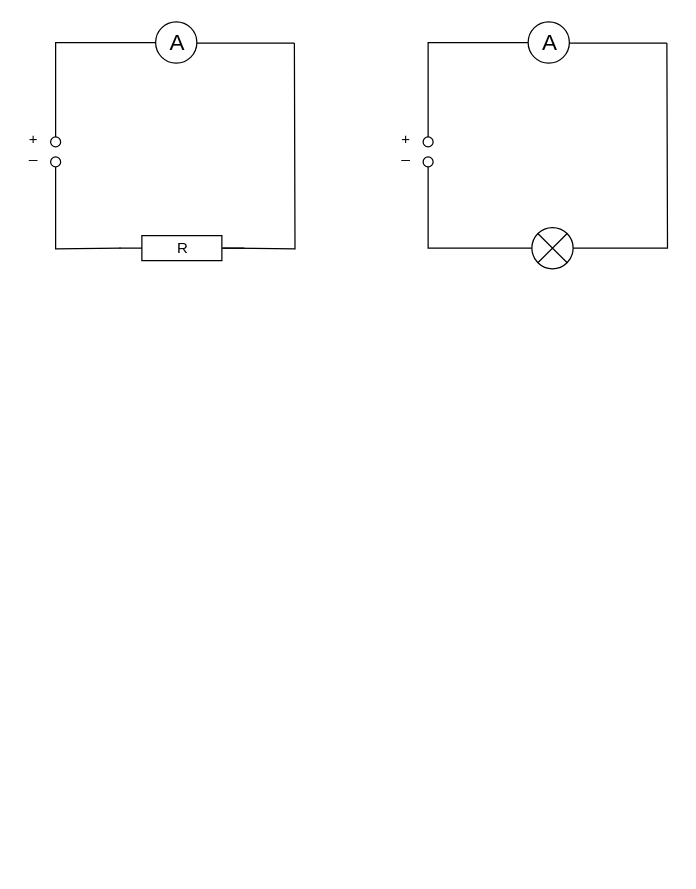
Earlier version of the draw.io diagram page "Page-3" (3 of 3) of stromkreise.drawio (JoernWVSG/diagram). Source tidied: cells renumbered, new cells numbered last; positions are measured from the earlier drawing's top-left corner, leaving out a move shared by most shapes. Both pictures are drawn from the tidied source at 125%, with x=0, y=0 at pixel (21, 21).
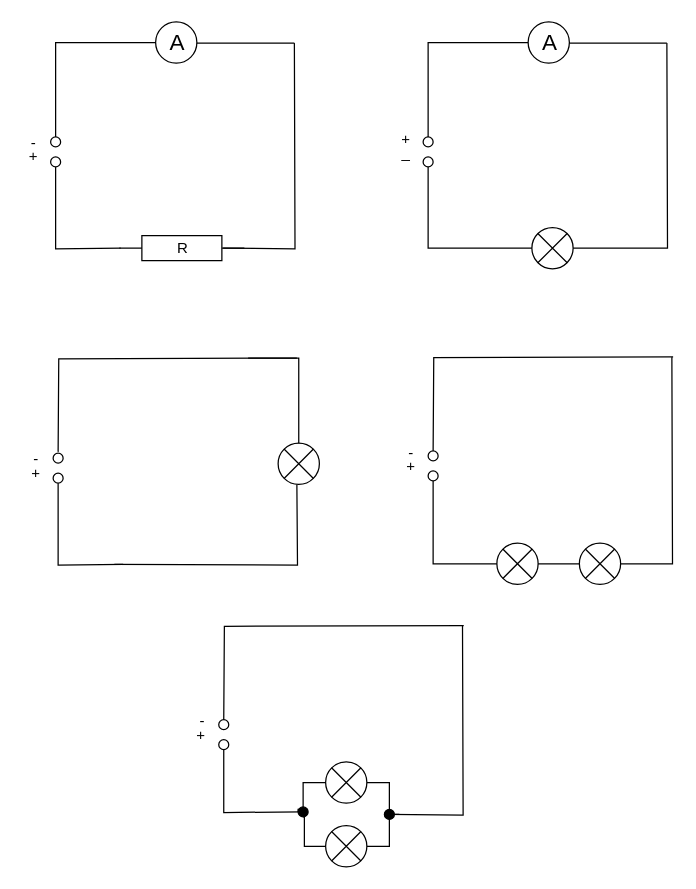
After the change.

The edit, as a diff of the source:
```diff
@@
-    <mxCell id="6" value="+" style="text;html=1;align=center;verticalAlign=middle;strokeColor=none;" parent="1" vertex="1">
-      <mxGeometry y="85" width="17" height="18" as="geometry" />
+    <mxCell id="6" value="-" style="text;html=1;align=center;verticalAlign=middle;strokeColor=none;" parent="1" vertex="1">
+      <mxGeometry x="2" y="88" width="14" height="18" as="geometry" />
     </mxCell>
-    <mxCell id="7" value="_" style="text;html=1;align=center;verticalAlign=middle;strokeColor=none;" parent="1" vertex="1">
-      <mxGeometry y="96" width="17" height="18" as="geometry" />
+    <mxCell id="7" value="+" style="text;html=1;align=center;verticalAlign=middle;strokeColor=none;" parent="1" vertex="1">
+      <mxGeometry y="99" width="17" height="18" as="geometry" />
     </mxCell>
@@
+    <mxCell id="25" style="verticalLabelPosition=bottom;verticalAlign=top;html=1;shape=mxgraph.flowchart.on-page_reference;" parent="1" vertex="1">
+      <mxGeometry x="25" y="345" width="8" height="8" as="geometry" />
+    </mxCell>
+    <mxCell id="26" style="verticalLabelPosition=bottom;verticalAlign=top;html=1;shape=mxgraph.flowchart.on-page_reference;" parent="1" vertex="1">
+      <mxGeometry x="25" y="361" width="8" height="8" as="geometry" />
+    </mxCell>
+    <mxCell id="27" value="-" style="text;html=1;align=center;verticalAlign=middle;strokeColor=none;" parent="1" vertex="1">
+      <mxGeometry x="4" y="341" width="14" height="18" as="geometry" />
+    </mxCell>
+    <mxCell id="28" value="+" style="text;html=1;align=center;verticalAlign=middle;strokeColor=none;" parent="1" vertex="1">
+      <mxGeometry x="2" y="352" width="17" height="18" as="geometry" />
+    </mxCell>
+    <mxCell id="29" style="edgeStyle=orthogonalEdgeStyle;rounded=0;orthogonalLoop=1;jettySize=auto;html=1;endArrow=none;endFill=0;" parent="1" edge="1">
+      <mxGeometry x="168" y="531" as="geometry">
+        <mxPoint x="74" y="434" as="sourcePoint" />
+        <mxPoint x="220" y="370" as="targetPoint" />
+      </mxGeometry>
+    </mxCell>
+    <mxCell id="30" style="edgeStyle=orthogonalEdgeStyle;rounded=0;jettySize=auto;html=1;entryX=0.5;entryY=1;entryDx=0;entryDy=0;entryPerimeter=0;endArrow=none;endFill=0;" parent="1" edge="1" target="26">
+      <mxGeometry x="168" y="531" as="geometry">
+        <mxPoint x="81" y="434" as="sourcePoint" />
+      </mxGeometry>
+    </mxCell>
+    <mxCell id="31" style="edgeStyle=orthogonalEdgeStyle;rounded=0;orthogonalLoop=1;jettySize=auto;html=1;entryX=0.5;entryY=0;entryDx=0;entryDy=0;entryPerimeter=0;endArrow=none;endFill=0;" parent="1" edge="1">
+      <mxGeometry relative="1" as="geometry">
+        <mxPoint x="220" y="269" as="sourcePoint" />
+        <mxPoint x="29" y="344" as="targetPoint" />
+      </mxGeometry>
+    </mxCell>
+    <mxCell id="32" style="verticalLabelPosition=bottom;shadow=0;dashed=0;align=center;html=1;verticalAlign=top;shape=mxgraph.electrical.abstract.multiplier;" parent="1" vertex="1">
+      <mxGeometry x="205" y="337" width="33" height="33" as="geometry" />
+    </mxCell>
+    <mxCell id="33" style="edgeStyle=orthogonalEdgeStyle;rounded=0;jettySize=auto;html=1;endArrow=none;endFill=0;exitX=0.5;exitY=0;exitDx=0;exitDy=0;exitPerimeter=0;" parent="1" edge="1" source="32">
+      <mxGeometry relative="1" as="geometry">
+        <mxPoint x="181" y="269" as="targetPoint" />
+        <Array as="points">
+          <mxPoint x="222" y="269" />
+        </Array>
+      </mxGeometry>
+    </mxCell>
+    <mxCell id="34" style="verticalLabelPosition=bottom;shadow=0;dashed=0;align=center;html=1;verticalAlign=top;shape=mxgraph.electrical.abstract.multiplier;" parent="1" vertex="1">
+      <mxGeometry x="446" y="417" width="33" height="33" as="geometry" />
+    </mxCell>
+    <mxCell id="35" style="verticalLabelPosition=bottom;verticalAlign=top;html=1;shape=mxgraph.flowchart.on-page_reference;" parent="1" vertex="1">
+      <mxGeometry x="325" y="343.2" width="8" height="8" as="geometry" />
+    </mxCell>
+    <mxCell id="36" style="verticalLabelPosition=bottom;verticalAlign=top;html=1;shape=mxgraph.flowchart.on-page_reference;" parent="1" vertex="1">
+      <mxGeometry x="325" y="359.2" width="8" height="8" as="geometry" />
+    </mxCell>
+    <mxCell id="37" value="-" style="text;html=1;align=center;verticalAlign=middle;strokeColor=none;" parent="1" vertex="1">
+      <mxGeometry x="304" y="336.2" width="14" height="18" as="geometry" />
+    </mxCell>
+    <mxCell id="38" value="+" style="text;html=1;align=center;verticalAlign=middle;strokeColor=none;" parent="1" vertex="1">
+      <mxGeometry x="302" y="347.2" width="17" height="18" as="geometry" />
+    </mxCell>
+    <mxCell id="39" style="edgeStyle=orthogonalEdgeStyle;rounded=0;jettySize=auto;html=1;endArrow=none;endFill=0;exitX=1;exitY=0.5;exitDx=0;exitDy=0;exitPerimeter=0;" parent="1" edge="1" source="34">
+      <mxGeometry x="468" y="529.2" as="geometry">
+        <mxPoint x="520" y="268.2" as="targetPoint" />
+      </mxGeometry>
+    </mxCell>
+    <mxCell id="40" style="edgeStyle=orthogonalEdgeStyle;rounded=0;jettySize=auto;html=1;entryX=0.5;entryY=1;entryDx=0;entryDy=0;entryPerimeter=0;endArrow=none;endFill=0;exitX=0;exitY=0.5;exitDx=0;exitDy=0;exitPerimeter=0;" parent="1" edge="1" source="34" target="36">
+      <mxGeometry x="468" y="529.2" as="geometry" />
+    </mxCell>
+    <mxCell id="41" style="edgeStyle=orthogonalEdgeStyle;rounded=0;orthogonalLoop=1;jettySize=auto;html=1;entryX=0.5;entryY=0;entryDx=0;entryDy=0;entryPerimeter=0;endArrow=none;endFill=0;" parent="1" edge="1">
+      <mxGeometry relative="1" as="geometry">
+        <mxPoint x="521" y="268" as="sourcePoint" />
+        <mxPoint x="329" y="343.2" as="targetPoint" />
+      </mxGeometry>
+    </mxCell>
+    <mxCell id="42" style="verticalLabelPosition=bottom;shadow=0;dashed=0;align=center;html=1;verticalAlign=top;shape=mxgraph.electrical.abstract.multiplier;" parent="1" vertex="1">
+      <mxGeometry x="380" y="417" width="33" height="33" as="geometry" />
+    </mxCell>
+    <mxCell id="43" style="verticalLabelPosition=bottom;shadow=0;dashed=0;align=center;html=1;verticalAlign=top;shape=mxgraph.electrical.abstract.multiplier;" parent="1" vertex="1">
+      <mxGeometry x="243" y="643" width="33" height="33" as="geometry" />
+    </mxCell>
+    <mxCell id="44" style="verticalLabelPosition=bottom;verticalAlign=top;html=1;shape=mxgraph.flowchart.on-page_reference;" parent="1" vertex="1">
+      <mxGeometry x="157.5" y="558.2" width="8" height="8" as="geometry" />
+    </mxCell>
+    <mxCell id="45" style="verticalLabelPosition=bottom;verticalAlign=top;html=1;shape=mxgraph.flowchart.on-page_reference;" parent="1" vertex="1">
+      <mxGeometry x="157.5" y="574.2" width="8" height="8" as="geometry" />
+    </mxCell>
+    <mxCell id="46" value="-" style="text;html=1;align=center;verticalAlign=middle;strokeColor=none;" parent="1" vertex="1">
+      <mxGeometry x="136.5" y="551.2" width="14" height="18" as="geometry" />
+    </mxCell>
+    <mxCell id="47" value="+" style="text;html=1;align=center;verticalAlign=middle;strokeColor=none;" parent="1" vertex="1">
+      <mxGeometry x="134.5" y="562.2" width="17" height="18" as="geometry" />
+    </mxCell>
+    <mxCell id="48" style="edgeStyle=orthogonalEdgeStyle;rounded=0;orthogonalLoop=1;jettySize=auto;html=1;endArrow=none;endFill=0;" parent="1" edge="1">
+      <mxGeometry x="300.5" y="744.2" as="geometry">
+        <mxPoint x="293" y="634" as="sourcePoint" />
+        <mxPoint x="352.5" y="483.2" as="targetPoint" />
+      </mxGeometry>
+    </mxCell>
+    <mxCell id="49" style="edgeStyle=orthogonalEdgeStyle;rounded=0;jettySize=auto;html=1;entryX=0.5;entryY=1;entryDx=0;entryDy=0;entryPerimeter=0;endArrow=none;endFill=0;" parent="1" edge="1" target="45">
+      <mxGeometry x="300.5" y="744.2" as="geometry">
+        <mxPoint x="224" y="632" as="sourcePoint" />
+      </mxGeometry>
+    </mxCell>
+    <mxCell id="50" style="edgeStyle=orthogonalEdgeStyle;rounded=0;orthogonalLoop=1;jettySize=auto;html=1;entryX=0.5;entryY=0;entryDx=0;entryDy=0;entryPerimeter=0;endArrow=none;endFill=0;" parent="1" edge="1">
+      <mxGeometry relative="1" as="geometry">
+        <mxPoint x="353.5" y="483" as="sourcePoint" />
+        <mxPoint x="161.5" y="558.2" as="targetPoint" />
+      </mxGeometry>
+    </mxCell>
+    <mxCell id="51" style="verticalLabelPosition=bottom;shadow=0;dashed=0;align=center;html=1;verticalAlign=top;shape=mxgraph.electrical.abstract.multiplier;" parent="1" vertex="1">
+      <mxGeometry x="243" y="592" width="33" height="33" as="geometry" />
+    </mxCell>
+    <mxCell id="52" style="edgeStyle=orthogonalEdgeStyle;rounded=0;jettySize=auto;html=1;endArrow=none;endFill=0;exitX=0;exitY=0.5;exitDx=0;exitDy=0;exitPerimeter=0;" parent="1" edge="1" source="51">
+      <mxGeometry x="310.5" y="754.2" as="geometry">
+        <mxPoint x="225" y="630" as="targetPoint" />
+      </mxGeometry>
+    </mxCell>
+    <mxCell id="53" style="edgeStyle=orthogonalEdgeStyle;rounded=0;jettySize=auto;html=1;endArrow=none;endFill=0;entryX=0;entryY=0.5;entryDx=0;entryDy=0;entryPerimeter=0;startArrow=none;exitX=0.5;exitY=1;exitDx=0;exitDy=0;exitPerimeter=0;" parent="1" edge="1" source="54" target="43">
+      <mxGeometry x="320.5" y="764.2" as="geometry">
+        <Array as="points">
+          <mxPoint x="226" y="636" />
+          <mxPoint x="226" y="659" />
+        </Array>
+      </mxGeometry>
+    </mxCell>
+    <mxCell id="54" style="verticalLabelPosition=bottom;verticalAlign=top;html=1;shape=mxgraph.flowchart.on-page_reference;fillColor=#000000;" parent="1" vertex="1">
+      <mxGeometry x="221" y="628" width="8" height="8" as="geometry" />
+    </mxCell>
+    <mxCell id="55" style="edgeStyle=orthogonalEdgeStyle;rounded=0;jettySize=auto;html=1;endArrow=none;endFill=0;entryX=0;entryY=0.5;entryDx=0;entryDy=0;entryPerimeter=0;" parent="1" edge="1" target="54">
+      <mxGeometry x="320.5" y="764.2" as="geometry">
+        <mxPoint x="226" y="630" as="sourcePoint" />
+      </mxGeometry>
+    </mxCell>
+    <mxCell id="56" style="edgeStyle=orthogonalEdgeStyle;rounded=0;jettySize=auto;html=1;exitX=0.5;exitY=0;exitDx=0;exitDy=0;exitPerimeter=0;entryX=1;entryY=0.5;entryDx=0;entryDy=0;entryPerimeter=0;endArrow=none;endFill=0;" parent="1" edge="1" source="57" target="51">
+      <mxGeometry relative="1" as="geometry">
+        <Array as="points">
+          <mxPoint x="294" y="609" />
+        </Array>
+      </mxGeometry>
+    </mxCell>
+    <mxCell id="57" style="verticalLabelPosition=bottom;verticalAlign=top;html=1;shape=mxgraph.flowchart.on-page_reference;fillColor=#000000;" parent="1" vertex="1">
+      <mxGeometry x="290" y="630" width="8" height="8" as="geometry" />
+    </mxCell>
+    <mxCell id="58" style="edgeStyle=orthogonalEdgeStyle;rounded=0;orthogonalLoop=1;jettySize=auto;html=1;endArrow=none;endFill=0;entryX=0;entryY=0.5;entryDx=0;entryDy=0;entryPerimeter=0;" parent="1" edge="1">
+      <mxGeometry x="396.5" y="766.2" as="geometry">
+        <mxPoint x="302" y="634" as="sourcePoint" />
+        <mxPoint x="297" y="634" as="targetPoint" />
+      </mxGeometry>
+    </mxCell>
+    <mxCell id="59" style="edgeStyle=orthogonalEdgeStyle;rounded=0;jettySize=auto;html=1;endArrow=none;endFill=0;exitX=0.855;exitY=0.855;exitDx=0;exitDy=0;exitPerimeter=0;entryX=1;entryY=0.5;entryDx=0;entryDy=0;entryPerimeter=0;" parent="1" edge="1" source="57" target="43">
+      <mxGeometry x="330.5" y="774.2" as="geometry">
+        <Array as="points">
+          <mxPoint x="294" y="659" />
+        </Array>
+      </mxGeometry>
+    </mxCell>
```
